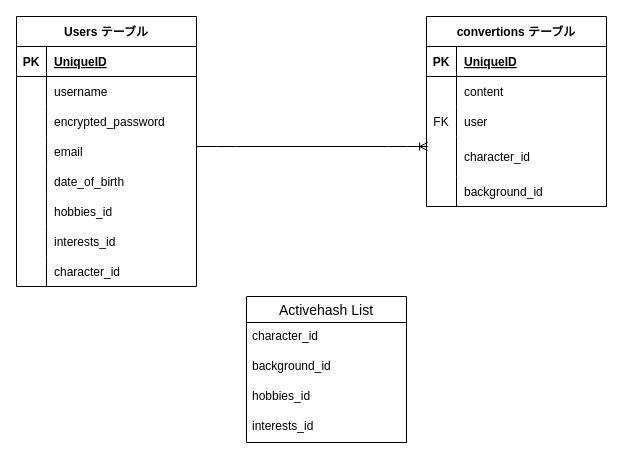
cosmopolitan0713/chatterbox keeps this draw.io diagram as page "ページ4" (4 of 4) of first.dio. Above is the earlier version. Source tidied: cells renumbered, new cells numbered last; positions are measured from the earlier drawing's top-left corner, leaving out a move shared by most shapes. Both pictures are drawn from the tidied source at 100%, with x=0, y=0 at pixel (16, 16).
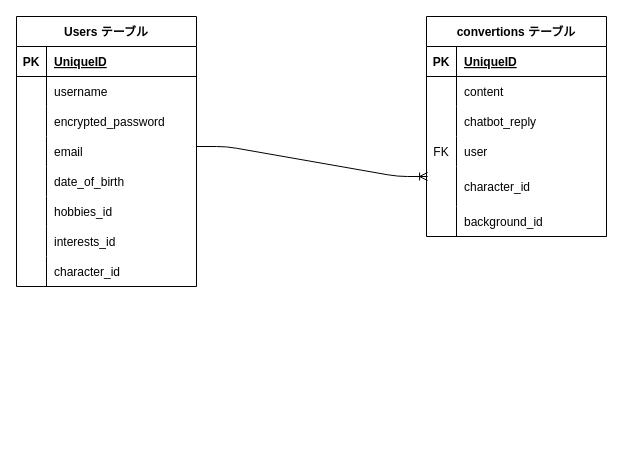
The same diagram, later.

Diff of the diagram source:
```diff
@@
     <mxCell id="27" value="convertions テーブル" style="shape=table;startSize=30;childLayout=tableLayout;rowLines=0;fontStyle=1;align=center;" parent="1" vertex="1">
-      <mxGeometry x="410" width="180" height="190" as="geometry" />
+      <mxGeometry x="410" width="180" height="220" as="geometry" />
     </mxCell>
@@
+    <mxCell id="49" style="shape=tableRow;horizontal=0;startSize=0;swimlaneHead=0;swimlaneBody=0;fillColor=none;top=0;left=0;right=0;bottom=0;" parent="27" vertex="1">
+      <mxGeometry y="90" width="180" height="30" as="geometry" />
+    </mxCell>
+    <mxCell id="50" style="shape=partialRectangle;fillColor=none;top=0;left=0;bottom=0;right=0;overflow=hidden;" parent="49" vertex="1">
+      <mxGeometry width="30" height="30" as="geometry" />
+    </mxCell>
+    <mxCell id="51" value="chatbot_reply" style="shape=partialRectangle;fillColor=none;top=0;left=0;bottom=0;right=0;align=left;spacingLeft=6;overflow=hidden;" parent="49" vertex="1">
+      <mxGeometry x="30" width="150" height="30" as="geometry" />
+    </mxCell>
     <mxCell id="34" style="shape=tableRow;horizontal=0;startSize=0;swimlaneHead=0;swimlaneBody=0;fillColor=none;top=0;left=0;right=0;bottom=0;" parent="27" vertex="1">
-      <mxGeometry y="90" width="180" height="30" as="geometry" />
+      <mxGeometry y="120" width="180" height="30" as="geometry" />
     </mxCell>
@@
     <mxCell id="37" style="shape=tableRow;horizontal=0;startSize=0;swimlaneHead=0;swimlaneBody=0;fillColor=none;points=[[0,0.5],[1,0.5]];portConstraint=eastwest;top=0;left=0;right=0;bottom=0;" parent="27" vertex="1">
-      <mxGeometry y="120" width="180" height="40" as="geometry" />
+      <mxGeometry y="150" width="180" height="40" as="geometry" />
     </mxCell>
@@
     <mxCell id="40" style="shape=tableRow;horizontal=0;startSize=0;swimlaneHead=0;swimlaneBody=0;fillColor=none;top=0;left=0;right=0;bottom=0;" parent="27" vertex="1">
-      <mxGeometry y="160" width="180" height="30" as="geometry" />
+      <mxGeometry y="190" width="180" height="30" as="geometry" />
     </mxCell>
@@
-    <mxCell id="43" value="Activehash List" style="swimlane;fontStyle=0;horizontal=1;startSize=26;align=center;fontSize=14;" parent="1" vertex="1">
-      <mxGeometry x="230" y="280" width="160" height="146" as="geometry" />
-    </mxCell>
-    <mxCell id="44" value="character_id" style="text;strokeColor=none;fillColor=none;spacingLeft=4;spacingRight=4;overflow=hidden;fontSize=12;" parent="43" vertex="1">
-      <mxGeometry y="26" width="160" height="30" as="geometry" />
-    </mxCell>
-    <mxCell id="45" value="background_id" style="text;strokeColor=none;fillColor=none;spacingLeft=4;spacingRight=4;overflow=hidden;fontSize=12;" parent="43" vertex="1">
-      <mxGeometry y="56" width="160" height="30" as="geometry" />
-    </mxCell>
-    <mxCell id="46" value="hobbies_id" style="text;strokeColor=none;fillColor=none;spacingLeft=4;spacingRight=4;overflow=hidden;fontSize=12;" parent="43" vertex="1">
-      <mxGeometry y="86" width="160" height="30" as="geometry" />
-    </mxCell>
-    <mxCell id="47" value="interests_id" style="text;strokeColor=none;fillColor=none;spacingLeft=4;spacingRight=4;overflow=hidden;fontSize=12;" parent="43" vertex="1">
-      <mxGeometry y="116" width="160" height="30" as="geometry" />
-    </mxCell>
```
